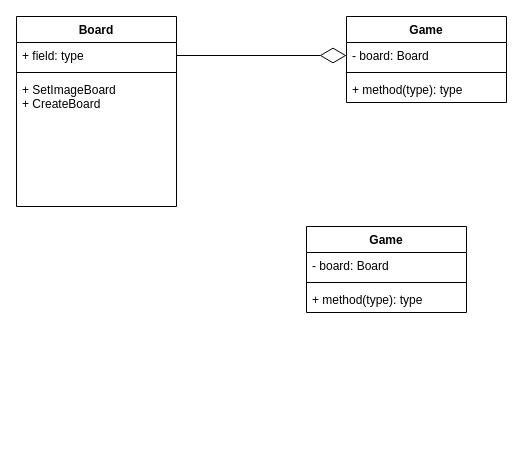
Before: Board Diagram.drawio in TuanMinh926/Chess, a draw.io diagram. Source tidied: cells renumbered, new cells numbered last; positions are measured from the earlier drawing's top-left corner, leaving out a move shared by most shapes. Both pictures are drawn from the tidied source at 100%, with x=0, y=0 at pixel (16, 16).
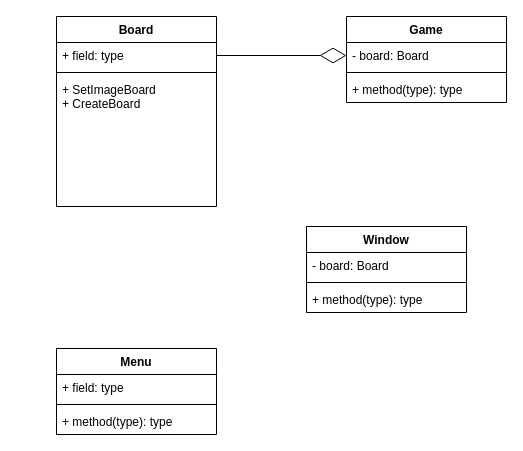
Above is the later version.

The edit, as a diff of the source:
```diff
@@
 <mxGraphModel>
   <root>
     <mxCell id="0" />
     <mxCell id="1" parent="0" />
     <mxCell id="2" value="Board" style="swimlane;fontStyle=1;align=center;verticalAlign=top;horizontal=1;startSize=26;" parent="1" vertex="1">
-      <mxGeometry width="160" height="190" as="geometry" />
+      <mxGeometry x="40" width="160" height="190" as="geometry" />
     </mxCell>
     <mxCell id="3" value="+ field: type" style="text;strokeColor=none;fillColor=none;align=left;verticalAlign=top;spacingLeft=4;spacingRight=4;overflow=hidden;points=[[0,0.5],[1,0.5]];portConstraint=eastwest;" parent="2" vertex="1">
       <mxGeometry y="26" width="160" height="26" as="geometry" />
     </mxCell>
     <mxCell id="4" style="line;strokeWidth=1;fillColor=none;align=left;verticalAlign=middle;spacingTop=-1;spacingLeft=3;spacingRight=3;labelPosition=right;" parent="2" vertex="1">
       <mxGeometry y="52" width="160" height="8" as="geometry" />
     </mxCell>
     <mxCell id="5" value="+ SetImageBoard&#10;+ CreateBoard" style="text;strokeColor=none;fillColor=none;align=left;verticalAlign=top;spacingLeft=4;spacingRight=4;overflow=hidden;" parent="2" vertex="1">
       <mxGeometry y="60" width="160" height="130" as="geometry" />
     </mxCell>
     <mxCell id="6" value="Game" style="swimlane;fontStyle=1;align=center;verticalAlign=top;horizontal=1;startSize=26;" parent="1" vertex="1">
       <mxGeometry x="330" width="160" height="86" as="geometry" />
     </mxCell>
     <mxCell id="7" value="- board: Board" style="text;strokeColor=none;fillColor=none;align=left;verticalAlign=top;spacingLeft=4;spacingRight=4;overflow=hidden;points=[[0,0.5],[1,0.5]];portConstraint=eastwest;" parent="6" vertex="1">
       <mxGeometry y="26" width="160" height="26" as="geometry" />
     </mxCell>
     <mxCell id="8" style="line;strokeWidth=1;fillColor=none;align=left;verticalAlign=middle;spacingTop=-1;spacingLeft=3;spacingRight=3;labelPosition=right;" parent="6" vertex="1">
       <mxGeometry y="52" width="160" height="8" as="geometry" />
     </mxCell>
     <mxCell id="9" value="+ method(type): type" style="text;strokeColor=none;fillColor=none;align=left;verticalAlign=top;spacingLeft=4;spacingRight=4;overflow=hidden;" parent="6" vertex="1">
       <mxGeometry y="60" width="160" height="26" as="geometry" />
     </mxCell>
     <mxCell id="10" style="endArrow=diamondThin;endFill=0;endSize=24;html=1;rounded=0;edgeStyle=orthogonalEdgeStyle;exitX=1;exitY=0.5;exitDx=0;exitDy=0;entryX=0;entryY=0.5;entryDx=0;entryDy=0;" parent="1" edge="1" source="3" target="7">
       <mxGeometry relative="1" as="geometry" />
     </mxCell>
-    <mxCell id="11" value="Game" style="swimlane;fontStyle=1;align=center;verticalAlign=top;horizontal=1;startSize=26;" parent="1" vertex="1">
+    <mxCell id="11" value="Window" style="swimlane;fontStyle=1;align=center;verticalAlign=top;horizontal=1;startSize=26;" parent="1" vertex="1">
       <mxGeometry x="290" y="210" width="160" height="86" as="geometry" />
     </mxCell>
     <mxCell id="12" value="- board: Board" style="text;strokeColor=none;fillColor=none;align=left;verticalAlign=top;spacingLeft=4;spacingRight=4;overflow=hidden;" parent="11" vertex="1">
       <mxGeometry y="26" width="160" height="26" as="geometry" />
     </mxCell>
     <mxCell id="13" style="line;strokeWidth=1;fillColor=none;align=left;verticalAlign=middle;spacingTop=-1;spacingLeft=3;spacingRight=3;labelPosition=right;" parent="11" vertex="1">
       <mxGeometry y="52" width="160" height="8" as="geometry" />
     </mxCell>
     <mxCell id="14" value="+ method(type): type" style="text;strokeColor=none;fillColor=none;align=left;verticalAlign=top;spacingLeft=4;spacingRight=4;overflow=hidden;" parent="11" vertex="1">
       <mxGeometry y="60" width="160" height="26" as="geometry" />
     </mxCell>
+    <mxCell id="15" value="Menu" style="swimlane;fontStyle=1;align=center;verticalAlign=top;horizontal=1;startSize=26;" parent="1" vertex="1">
+      <mxGeometry x="40" y="332" width="160" height="86" as="geometry" />
+    </mxCell>
+    <mxCell id="16" value="+ field: type" style="text;strokeColor=none;fillColor=none;align=left;verticalAlign=top;spacingLeft=4;spacingRight=4;overflow=hidden;" parent="15" vertex="1">
+      <mxGeometry y="26" width="160" height="26" as="geometry" />
+    </mxCell>
+    <mxCell id="17" style="line;strokeWidth=1;fillColor=none;align=left;verticalAlign=middle;spacingTop=-1;spacingLeft=3;spacingRight=3;labelPosition=right;" parent="15" vertex="1">
+      <mxGeometry y="52" width="160" height="8" as="geometry" />
+    </mxCell>
+    <mxCell id="18" value="+ method(type): type" style="text;strokeColor=none;fillColor=none;align=left;verticalAlign=top;spacingLeft=4;spacingRight=4;overflow=hidden;" parent="15" vertex="1">
+      <mxGeometry y="60" width="160" height="26" as="geometry" />
+    </mxCell>
   </root>
 </mxGraphModel>
```
